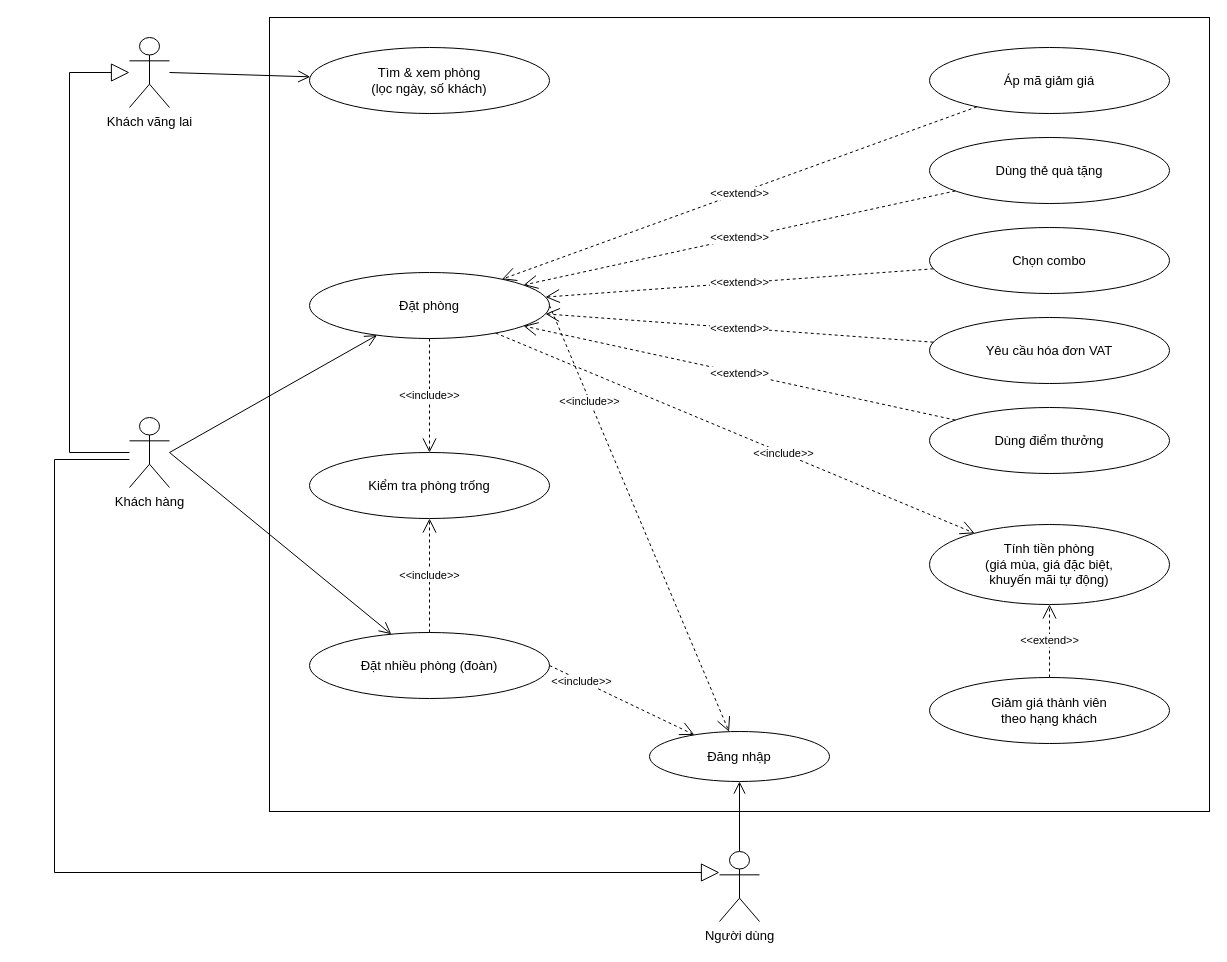
Earlier version of the draw.io diagram docs/use-case/phan-ra/uc1-dat-phong.drawio (ngynquchn2511/beach-hotel). Source tidied: cells renumbered, new cells numbered last; positions are measured from the earlier drawing's top-left corner, leaving out a move shared by most shapes. Both pictures are drawn from the tidied source at 100%, with x=0, y=0 at pixel (54, 17).
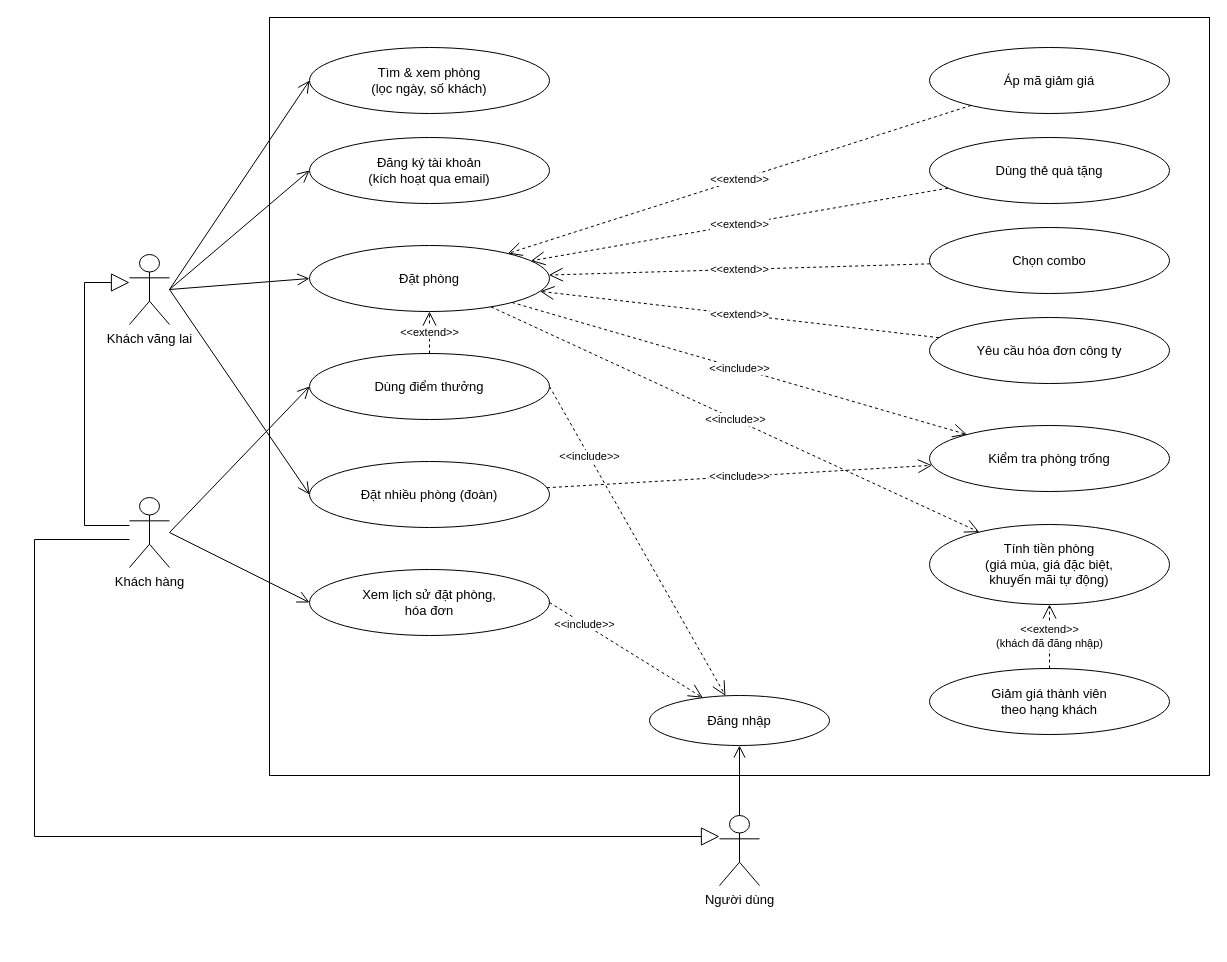
Above is the later version.

Unchanged cells that the change refers to:
```xml
<mxCell id="3" value="Tìm &amp; xem phòng&lt;br&gt;(lọc ngày, số khách)" style="ellipse;whiteSpace=wrap;html=1;fillColor=#FFFFFF;strokeColor=#000000;fontSize=13;" parent="1" vertex="1">
  <mxGeometry x="255" y="30" width="240" height="66" as="geometry" />
</mxCell>
<mxCell id="7" value="Áp mã giảm giá" style="ellipse;whiteSpace=wrap;html=1;fillColor=#FFFFFF;strokeColor=#000000;fontSize=13;" parent="1" vertex="1">
  <mxGeometry x="875" y="30" width="240" height="66" as="geometry" />
</mxCell>
<mxCell id="8" value="Dùng thẻ quà tặng" style="ellipse;whiteSpace=wrap;html=1;fillColor=#FFFFFF;strokeColor=#000000;fontSize=13;" parent="1" vertex="1">
  <mxGeometry x="875" y="120" width="240" height="66" as="geometry" />
</mxCell>
<mxCell id="9" value="Chọn combo" style="ellipse;whiteSpace=wrap;html=1;fillColor=#FFFFFF;strokeColor=#000000;fontSize=13;" parent="1" vertex="1">
  <mxGeometry x="875" y="210" width="240" height="66" as="geometry" />
</mxCell>
<mxCell id="12" value="Tính tiền phòng&lt;br&gt;(giá mùa, giá đặc biệt,&lt;br&gt;khuyến mãi tự động)" style="ellipse;whiteSpace=wrap;html=1;fillColor=#FFFFFF;strokeColor=#000000;fontSize=13;" parent="1" vertex="1">
  <mxGeometry x="875" y="507" width="240" height="80" as="geometry" />
</mxCell>
```

Change to the diagram source:
```diff
@@
     <mxCell id="2" style="rounded=0;whiteSpace=wrap;html=1;fillColor=none;strokeColor=#000000;" parent="1" vertex="1">
-      <mxGeometry x="215" width="940" height="794" as="geometry" />
+      <mxGeometry x="215" width="940" height="758" as="geometry" />
     </mxCell>
@@
+    <mxCell id="35" value="Đăng ký tài khoản&lt;br&gt;(kích hoạt qua email)" style="ellipse;whiteSpace=wrap;html=1;fillColor=#FFFFFF;strokeColor=#000000;fontSize=13;" parent="1" vertex="1">
+      <mxGeometry x="255" y="120" width="240" height="66" as="geometry" />
+    </mxCell>
     <mxCell id="4" value="Đặt phòng" style="ellipse;whiteSpace=wrap;html=1;fillColor=#FFFFFF;strokeColor=#000000;fontSize=13;" parent="1" vertex="1">
-      <mxGeometry x="255" y="255" width="240" height="66" as="geometry" />
+      <mxGeometry x="255" y="228" width="240" height="66" as="geometry" />
     </mxCell>
-    <mxCell id="5" value="Kiểm tra phòng trống" style="ellipse;whiteSpace=wrap;html=1;fillColor=#FFFFFF;strokeColor=#000000;fontSize=13;" parent="1" vertex="1">
-      <mxGeometry x="255" y="435" width="240" height="66" as="geometry" />
-    </mxCell>
+    <mxCell id="11" value="Dùng điểm thưởng" style="ellipse;whiteSpace=wrap;html=1;fillColor=#FFFFFF;strokeColor=#000000;fontSize=13;" parent="1" vertex="1">
+      <mxGeometry x="255" y="336" width="240" height="66" as="geometry" />
+    </mxCell>
     <mxCell id="6" value="Đặt nhiều phòng (đoàn)" style="ellipse;whiteSpace=wrap;html=1;fillColor=#FFFFFF;strokeColor=#000000;fontSize=13;" parent="1" vertex="1">
-      <mxGeometry x="255" y="615" width="240" height="66" as="geometry" />
+      <mxGeometry x="255" y="444" width="240" height="66" as="geometry" />
     </mxCell>
+    <mxCell id="36" value="Xem lịch sử đặt phòng,&lt;br&gt;hóa đơn" style="ellipse;whiteSpace=wrap;html=1;fillColor=#FFFFFF;strokeColor=#000000;fontSize=13;" parent="1" vertex="1">
+      <mxGeometry x="255" y="552" width="240" height="66" as="geometry" />
+    </mxCell>
@@
-    <mxCell id="10" value="Yêu cầu hóa đơn VAT" style="ellipse;whiteSpace=wrap;html=1;fillColor=#FFFFFF;strokeColor=#000000;fontSize=13;" parent="1" vertex="1">
+    <mxCell id="10" value="Yêu cầu hóa đơn công ty" style="ellipse;whiteSpace=wrap;html=1;fillColor=#FFFFFF;strokeColor=#000000;fontSize=13;" parent="1" vertex="1">
       <mxGeometry x="875" y="300" width="240" height="66" as="geometry" />
     </mxCell>
-    <mxCell id="11" value="Dùng điểm thưởng" style="ellipse;whiteSpace=wrap;html=1;fillColor=#FFFFFF;strokeColor=#000000;fontSize=13;" parent="1" vertex="1">
-      <mxGeometry x="875" y="390" width="240" height="66" as="geometry" />
-    </mxCell>
+    <mxCell id="5" value="Kiểm tra phòng trống" style="ellipse;whiteSpace=wrap;html=1;fillColor=#FFFFFF;strokeColor=#000000;fontSize=13;" parent="1" vertex="1">
+      <mxGeometry x="875" y="408" width="240" height="66" as="geometry" />
+    </mxCell>
@@
     <mxCell id="13" value="Giảm giá thành viên&lt;br&gt;theo hạng khách" style="ellipse;whiteSpace=wrap;html=1;fillColor=#FFFFFF;strokeColor=#000000;fontSize=13;" parent="1" vertex="1">
-      <mxGeometry x="875" y="660" width="240" height="66" as="geometry" />
+      <mxGeometry x="875" y="651" width="240" height="66" as="geometry" />
     </mxCell>
     <mxCell id="14" value="Đăng nhập" style="ellipse;whiteSpace=wrap;html=1;fillColor=#FFFFFF;strokeColor=#000000;fontSize=13;" parent="1" vertex="1">
-      <mxGeometry x="595" y="714" width="180" height="50" as="geometry" />
+      <mxGeometry x="595" y="678" width="180" height="50" as="geometry" />
     </mxCell>
     <mxCell id="15" value="Khách vãng lai" style="shape=umlActor;verticalLabelPosition=bottom;verticalAlign=top;html=1;outlineConnect=0;fillColor=#FFFFFF;strokeColor=#000000;fontSize=13;" parent="1" vertex="1">
-      <mxGeometry x="75" y="20" width="40" height="70" as="geometry" />
+      <mxGeometry x="75" y="237" width="40" height="70" as="geometry" />
     </mxCell>
     <mxCell id="16" value="Khách hàng" style="shape=umlActor;verticalLabelPosition=bottom;verticalAlign=top;html=1;outlineConnect=0;fillColor=#FFFFFF;strokeColor=#000000;fontSize=13;" parent="1" vertex="1">
-      <mxGeometry x="75" y="400" width="40" height="70" as="geometry" />
+      <mxGeometry x="75" y="480" width="40" height="70" as="geometry" />
     </mxCell>
-    <mxCell id="17" style="endArrow=open;endSize=10;html=1;rounded=0;strokeColor=#000000;exitX=1;exitY=0.5;exitDx=0;exitDy=0;exitPerimeter=0;" parent="1" edge="1" source="15" target="3">
+    <mxCell id="17" style="endArrow=open;endSize=10;html=1;rounded=0;strokeColor=#000000;exitX=1;exitY=0.5;exitDx=0;exitDy=0;exitPerimeter=0;entryX=0;entryY=0.5;entryDx=0;entryDy=0;" parent="1" edge="1" source="15" target="3">
       <mxGeometry relative="1" as="geometry" />
     </mxCell>
-    <mxCell id="18" style="endArrow=open;endSize=10;html=1;rounded=0;strokeColor=#000000;exitX=1;exitY=0.5;exitDx=0;exitDy=0;exitPerimeter=0;" parent="1" edge="1" source="16" target="4">
+    <mxCell id="18" style="endArrow=open;endSize=10;html=1;rounded=0;strokeColor=#000000;exitX=1;exitY=0.5;exitDx=0;exitDy=0;exitPerimeter=0;entryX=0;entryY=0.5;entryDx=0;entryDy=0;" parent="1" edge="1" source="15" target="35">
       <mxGeometry relative="1" as="geometry" />
     </mxCell>
-    <mxCell id="19" style="endArrow=open;endSize=10;html=1;rounded=0;strokeColor=#000000;exitX=1;exitY=0.5;exitDx=0;exitDy=0;exitPerimeter=0;" parent="1" edge="1" source="16" target="6">
+    <mxCell id="19" style="endArrow=open;endSize=10;html=1;rounded=0;strokeColor=#000000;exitX=1;exitY=0.5;exitDx=0;exitDy=0;exitPerimeter=0;entryX=0;entryY=0.5;entryDx=0;entryDy=0;" parent="1" edge="1" source="15" target="4">
       <mxGeometry relative="1" as="geometry" />
     </mxCell>
-    <mxCell id="20" value="&amp;lt;&amp;lt;include&amp;gt;&amp;gt;" style="endArrow=open;endSize=12;dashed=1;html=1;rounded=0;strokeColor=#000000;fontSize=11;labelBackgroundColor=#FFFFFF;" parent="1" edge="1" source="4" target="5">
+    <mxCell id="20" style="endArrow=open;endSize=10;html=1;rounded=0;strokeColor=#000000;exitX=1;exitY=0.5;exitDx=0;exitDy=0;exitPerimeter=0;entryX=0;entryY=0.5;entryDx=0;entryDy=0;" parent="1" edge="1" source="15" target="6">
       <mxGeometry relative="1" as="geometry" />
     </mxCell>
-    <mxCell id="21" value="&amp;lt;&amp;lt;include&amp;gt;&amp;gt;" style="endArrow=open;endSize=12;dashed=1;html=1;rounded=0;strokeColor=#000000;fontSize=11;labelBackgroundColor=#FFFFFF;" parent="1" edge="1" source="6" target="5">
+    <mxCell id="21" style="endArrow=open;endSize=10;html=1;rounded=0;strokeColor=#000000;exitX=1;exitY=0.5;exitDx=0;exitDy=0;exitPerimeter=0;entryX=0;entryY=0.5;entryDx=0;entryDy=0;" parent="1" edge="1" source="16" target="11">
       <mxGeometry relative="1" as="geometry" />
     </mxCell>
-    <mxCell id="22" value="&amp;lt;&amp;lt;include&amp;gt;&amp;gt;" style="endArrow=open;endSize=12;dashed=1;html=1;rounded=0;strokeColor=#000000;fontSize=11;labelBackgroundColor=#FFFFFF;" parent="1" edge="1" source="4" target="12">
-      <mxGeometry x="0.2" relative="1" as="geometry" />
+    <mxCell id="22" style="endArrow=open;endSize=10;html=1;rounded=0;strokeColor=#000000;exitX=1;exitY=0.5;exitDx=0;exitDy=0;exitPerimeter=0;entryX=0;entryY=0.5;entryDx=0;entryDy=0;" parent="1" edge="1" source="16" target="36">
+      <mxGeometry relative="1" as="geometry" />
     </mxCell>
-    <mxCell id="23" value="&amp;lt;&amp;lt;extend&amp;gt;&amp;gt;" style="endArrow=open;endSize=12;dashed=1;html=1;rounded=0;strokeColor=#000000;fontSize=11;labelBackgroundColor=#FFFFFF;" parent="1" edge="1" source="7" target="4">
+    <mxCell id="23" value="&amp;lt;&amp;lt;include&amp;gt;&amp;gt;" style="endArrow=open;endSize=12;dashed=1;html=1;rounded=0;strokeColor=#000000;fontSize=11;labelBackgroundColor=#FFFFFF;" parent="1" edge="1" source="4" target="5">
       <mxGeometry relative="1" as="geometry" />
     </mxCell>
-    <mxCell id="24" value="&amp;lt;&amp;lt;extend&amp;gt;&amp;gt;" style="endArrow=open;endSize=12;dashed=1;html=1;rounded=0;strokeColor=#000000;fontSize=11;labelBackgroundColor=#FFFFFF;" parent="1" edge="1" source="8" target="4">
+    <mxCell id="24" value="&amp;lt;&amp;lt;include&amp;gt;&amp;gt;" style="endArrow=open;endSize=12;dashed=1;html=1;rounded=0;strokeColor=#000000;fontSize=11;labelBackgroundColor=#FFFFFF;" parent="1" edge="1" source="6" target="5">
       <mxGeometry relative="1" as="geometry" />
     </mxCell>
-    <mxCell id="25" value="&amp;lt;&amp;lt;extend&amp;gt;&amp;gt;" style="endArrow=open;endSize=12;dashed=1;html=1;rounded=0;strokeColor=#000000;fontSize=11;labelBackgroundColor=#FFFFFF;" parent="1" edge="1" source="9" target="4">
+    <mxCell id="25" value="&amp;lt;&amp;lt;include&amp;gt;&amp;gt;" style="endArrow=open;endSize=12;dashed=1;html=1;rounded=0;strokeColor=#000000;fontSize=11;labelBackgroundColor=#FFFFFF;" parent="1" edge="1" source="4" target="12">
       <mxGeometry relative="1" as="geometry" />
     </mxCell>
-    <mxCell id="26" value="&amp;lt;&amp;lt;extend&amp;gt;&amp;gt;" style="endArrow=open;endSize=12;dashed=1;html=1;rounded=0;strokeColor=#000000;fontSize=11;labelBackgroundColor=#FFFFFF;" parent="1" edge="1" source="10" target="4">
+    <mxCell id="26" value="&amp;lt;&amp;lt;extend&amp;gt;&amp;gt;" style="endArrow=open;endSize=12;dashed=1;html=1;rounded=0;strokeColor=#000000;fontSize=11;labelBackgroundColor=#FFFFFF;" parent="1" edge="1" source="7" target="4">
       <mxGeometry relative="1" as="geometry" />
     </mxCell>
-    <mxCell id="27" value="&amp;lt;&amp;lt;extend&amp;gt;&amp;gt;" style="endArrow=open;endSize=12;dashed=1;html=1;rounded=0;strokeColor=#000000;fontSize=11;labelBackgroundColor=#FFFFFF;" parent="1" edge="1" source="11" target="4">
+    <mxCell id="27" value="&amp;lt;&amp;lt;extend&amp;gt;&amp;gt;" style="endArrow=open;endSize=12;dashed=1;html=1;rounded=0;strokeColor=#000000;fontSize=11;labelBackgroundColor=#FFFFFF;" parent="1" edge="1" source="8" target="4">
       <mxGeometry relative="1" as="geometry" />
     </mxCell>
-    <mxCell id="28" value="&amp;lt;&amp;lt;extend&amp;gt;&amp;gt;" style="endArrow=open;endSize=12;dashed=1;html=1;rounded=0;strokeColor=#000000;fontSize=11;labelBackgroundColor=#FFFFFF;" parent="1" edge="1" source="13" target="12">
+    <mxCell id="28" value="&amp;lt;&amp;lt;extend&amp;gt;&amp;gt;" style="endArrow=open;endSize=12;dashed=1;html=1;rounded=0;strokeColor=#000000;fontSize=11;labelBackgroundColor=#FFFFFF;" parent="1" edge="1" source="9" target="4">
       <mxGeometry relative="1" as="geometry" />
     </mxCell>
-    <mxCell id="29" value="&amp;lt;&amp;lt;include&amp;gt;&amp;gt;" style="endArrow=open;endSize=12;dashed=1;html=1;rounded=0;strokeColor=#000000;fontSize=11;labelBackgroundColor=#FFFFFF;exitX=1;exitY=0.5;exitDx=0;exitDy=0;" parent="1" edge="1" source="4" target="14">
-      <mxGeometry x="-0.55" relative="1" as="geometry" />
+    <mxCell id="29" value="&amp;lt;&amp;lt;extend&amp;gt;&amp;gt;" style="endArrow=open;endSize=12;dashed=1;html=1;rounded=0;strokeColor=#000000;fontSize=11;labelBackgroundColor=#FFFFFF;" parent="1" edge="1" source="10" target="4">
+      <mxGeometry relative="1" as="geometry" />
     </mxCell>
-    <mxCell id="30" value="&amp;lt;&amp;lt;include&amp;gt;&amp;gt;" style="endArrow=open;endSize=12;dashed=1;html=1;rounded=0;strokeColor=#000000;fontSize=11;labelBackgroundColor=#FFFFFF;exitX=1;exitY=0.5;exitDx=0;exitDy=0;" parent="1" edge="1" source="6" target="14">
-      <mxGeometry x="-0.55" relative="1" as="geometry" />
+    <mxCell id="30" value="&amp;lt;&amp;lt;extend&amp;gt;&amp;gt;" style="endArrow=open;endSize=12;dashed=1;html=1;rounded=0;strokeColor=#000000;fontSize=11;labelBackgroundColor=#FFFFFF;exitX=0.5;exitY=0;exitDx=0;exitDy=0;entryX=0.5;entryY=1;entryDx=0;entryDy=0;" parent="1" edge="1" source="11" target="4">
+      <mxGeometry relative="1" as="geometry" />
     </mxCell>
-    <mxCell id="31" style="endArrow=block;endSize=16;endFill=0;html=1;rounded=0;strokeColor=#000000;exitX=0;exitY=0.5;exitDx=0;exitDy=0;exitPerimeter=0;entryX=0;entryY=0.5;entryDx=0;entryDy=0;entryPerimeter=0;" parent="1" edge="1" source="16" target="15">
-      <mxGeometry relative="1" as="geometry">
-        <Array as="points">
-          <mxPoint x="15" y="435" />
-          <mxPoint x="15" y="55" />
-        </Array>
-      </mxGeometry>
+    <mxCell id="31" value="&amp;lt;&amp;lt;extend&amp;gt;&amp;gt;&lt;br&gt;(khách đã đăng nhập)" style="endArrow=open;endSize=12;dashed=1;html=1;rounded=0;strokeColor=#000000;fontSize=11;labelBackgroundColor=#FFFFFF;" parent="1" edge="1" source="13" target="12">
+      <mxGeometry relative="1" as="geometry" />
     </mxCell>
-    <mxCell id="32" value="Người dùng" style="shape=umlActor;verticalLabelPosition=bottom;verticalAlign=top;html=1;outlineConnect=0;fillColor=#FFFFFF;strokeColor=#000000;fontSize=13;" parent="1" vertex="1">
-      <mxGeometry x="665" y="834" width="40" height="70" as="geometry" />
-    </mxCell>
-    <mxCell id="33" style="endArrow=open;endSize=10;html=1;rounded=0;strokeColor=#000000;exitX=0.5;exitY=0;exitDx=0;exitDy=0;exitPerimeter=0;" parent="1" edge="1" source="32" target="14">
-      <mxGeometry relative="1" as="geometry" />
+    <mxCell id="33" value="&amp;lt;&amp;lt;include&amp;gt;&amp;gt;" style="endArrow=open;endSize=12;dashed=1;html=1;rounded=0;strokeColor=#000000;fontSize=11;labelBackgroundColor=#FFFFFF;exitX=1;exitY=0.5;exitDx=0;exitDy=0;" parent="1" edge="1" source="11" target="14">
+      <mxGeometry x="-0.55" relative="1" as="geometry" />
     </mxCell>
-    <mxCell id="34" style="endArrow=block;endSize=16;endFill=0;html=1;rounded=0;strokeColor=#000000;exitX=0;exitY=0.6;exitDx=0;exitDy=0;exitPerimeter=0;entryX=0;entryY=0.3;entryDx=0;entryDy=0;entryPerimeter=0;" parent="1" edge="1" source="16" target="32">
-      <mxGeometry relative="1" as="geometry">
-        <Array as="points">
-          <mxPoint y="442" />
-          <mxPoint y="855" />
-        </Array>
-      </mxGeometry>
+    <mxCell id="34" value="&amp;lt;&amp;lt;include&amp;gt;&amp;gt;" style="endArrow=open;endSize=12;dashed=1;html=1;rounded=0;strokeColor=#000000;fontSize=11;labelBackgroundColor=#FFFFFF;exitX=1;exitY=0.5;exitDx=0;exitDy=0;" parent="1" edge="1" source="36" target="14">
+      <mxGeometry x="-0.55" relative="1" as="geometry" />
     </mxCell>
+    <mxCell id="37" style="endArrow=block;endSize=16;endFill=0;html=1;rounded=0;strokeColor=#000000;exitX=0;exitY=0.4;exitDx=0;exitDy=0;exitPerimeter=0;entryX=0;entryY=0.4;entryDx=0;entryDy=0;entryPerimeter=0;" parent="1" edge="1" source="16" target="15">
+      <mxGeometry relative="1" as="geometry">
+        <Array as="points">
+          <mxPoint x="30" y="508" />
+          <mxPoint x="30" y="265" />
+        </Array>
+      </mxGeometry>
+    </mxCell>
+    <mxCell id="32" value="Người dùng" style="shape=umlActor;verticalLabelPosition=bottom;verticalAlign=top;html=1;outlineConnect=0;fillColor=#FFFFFF;strokeColor=#000000;fontSize=13;" parent="1" vertex="1">
+      <mxGeometry x="665" y="798" width="40" height="70" as="geometry" />
+    </mxCell>
+    <mxCell id="38" style="endArrow=open;endSize=10;html=1;rounded=0;strokeColor=#000000;exitX=0.5;exitY=0;exitDx=0;exitDy=0;exitPerimeter=0;" parent="1" edge="1" source="32" target="14">
+      <mxGeometry relative="1" as="geometry" />
+    </mxCell>
+    <mxCell id="39" style="endArrow=block;endSize=16;endFill=0;html=1;rounded=0;strokeColor=#000000;exitX=0;exitY=0.6;exitDx=0;exitDy=0;exitPerimeter=0;entryX=0;entryY=0.3;entryDx=0;entryDy=0;entryPerimeter=0;" parent="1" edge="1" source="16" target="32">
+      <mxGeometry relative="1" as="geometry">
+        <Array as="points">
+          <mxPoint x="-20" y="522" />
+          <mxPoint x="-20" y="819" />
+        </Array>
+      </mxGeometry>
+    </mxCell>
```
